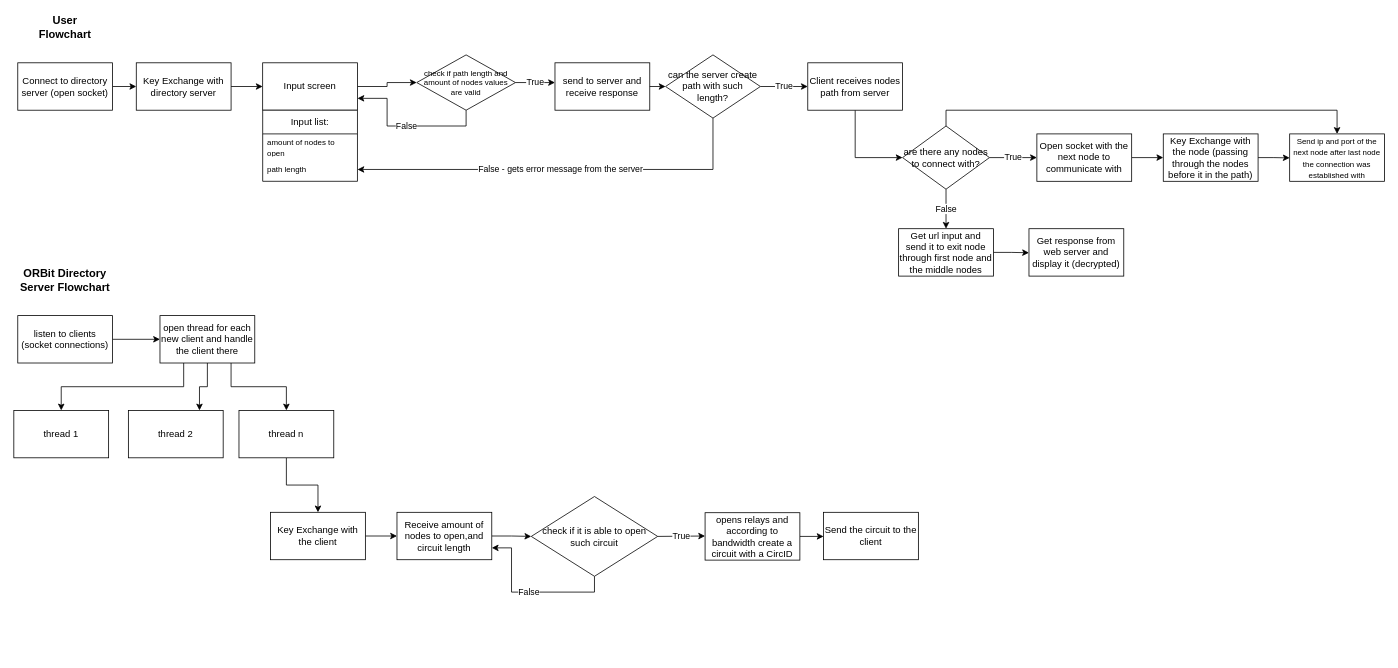
This is ORBit Flowchart.drawio from LiamForReal/orbit, a draw.io file, before an edit. Source tidied: cells renumbered, new cells numbered last; positions are measured from the earlier drawing's top-left corner, leaving out a move shared by most shapes. Both pictures are drawn from the tidied source at 79%, with x=0, y=0 at pixel (13, 15).
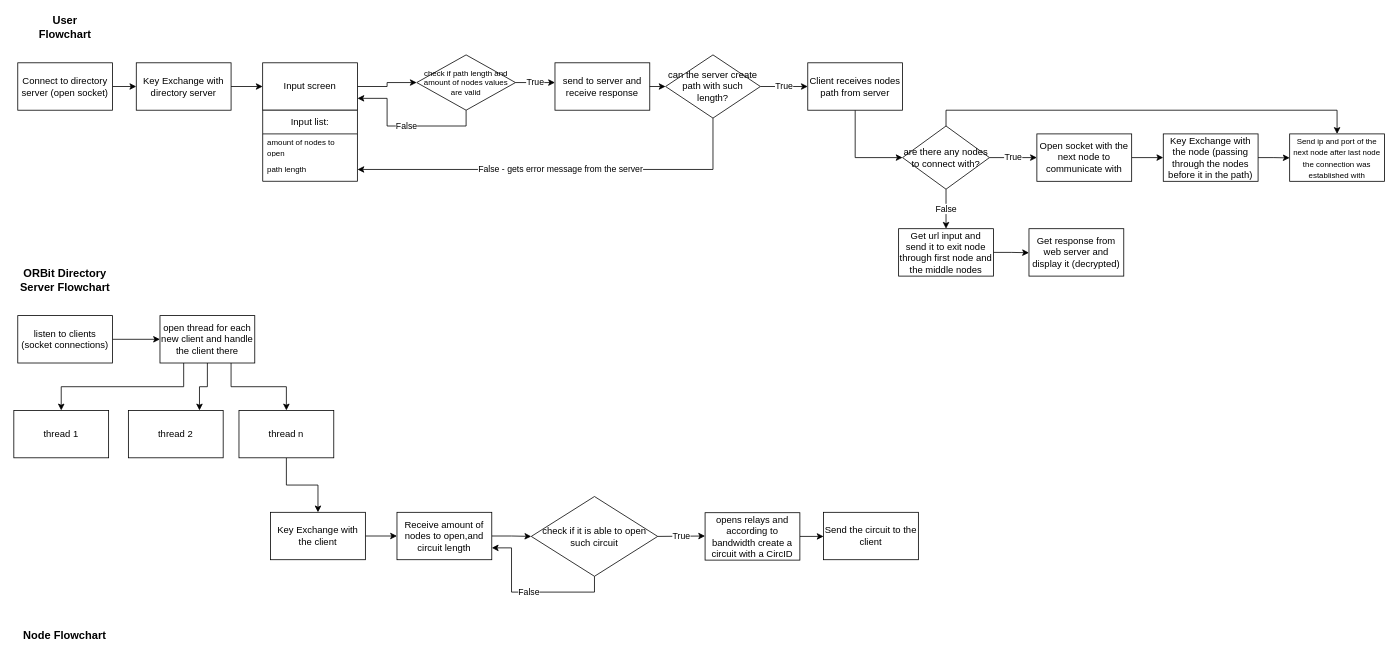
After the change.

Diff of the diagram source:
```diff
@@
+    <mxCell id="55" value="&lt;font size=&quot;1&quot;&gt;&lt;b style=&quot;font-size: 14px;&quot;&gt;Node Flowchart&lt;/b&gt;&lt;/font&gt;" style="text;whiteSpace=wrap;html=1;" parent="1" vertex="1">
+      <mxGeometry x="10" y="770" width="110" height="40" as="geometry" />
+    </mxCell>
```
